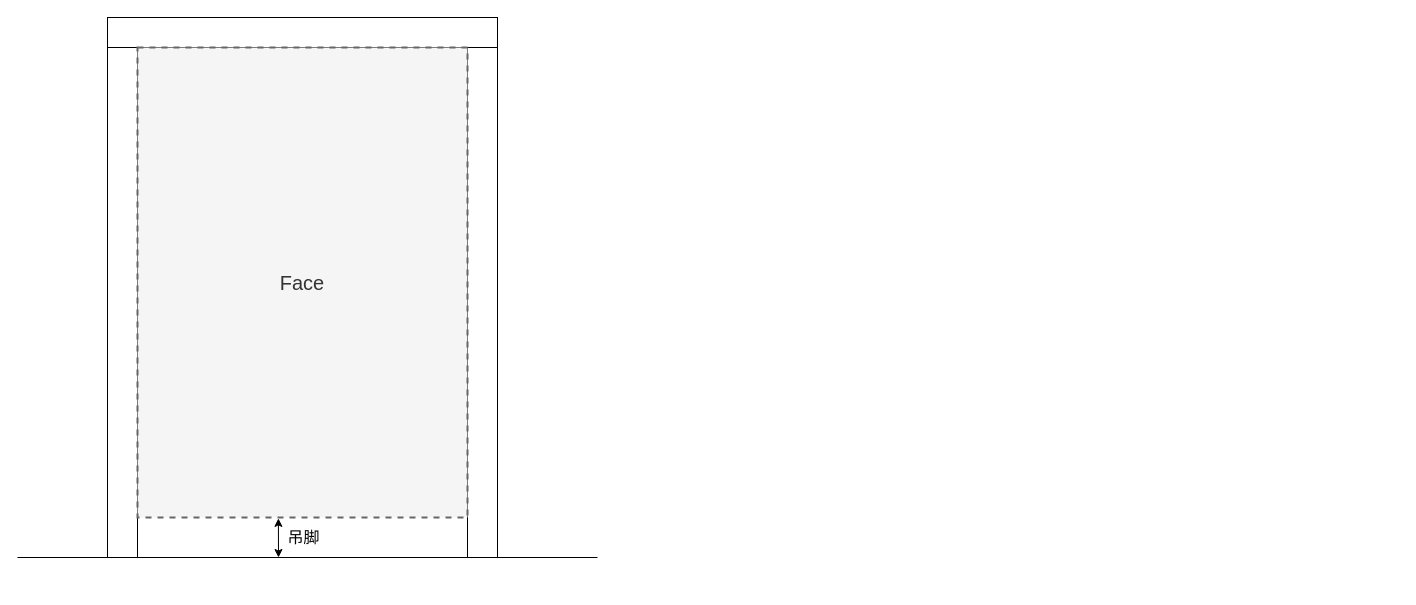
The draw.io diagram Untitled Diagram.drawio in xiaoqiangsdl/oxo-cli, before the edit. Source tidied: cells renumbered, new cells numbered last; positions are measured from the earlier drawing's top-left corner, leaving out a move shared by most shapes. Both pictures are drawn from the tidied source at 100%, with x=0, y=0 at pixel (17, 17).
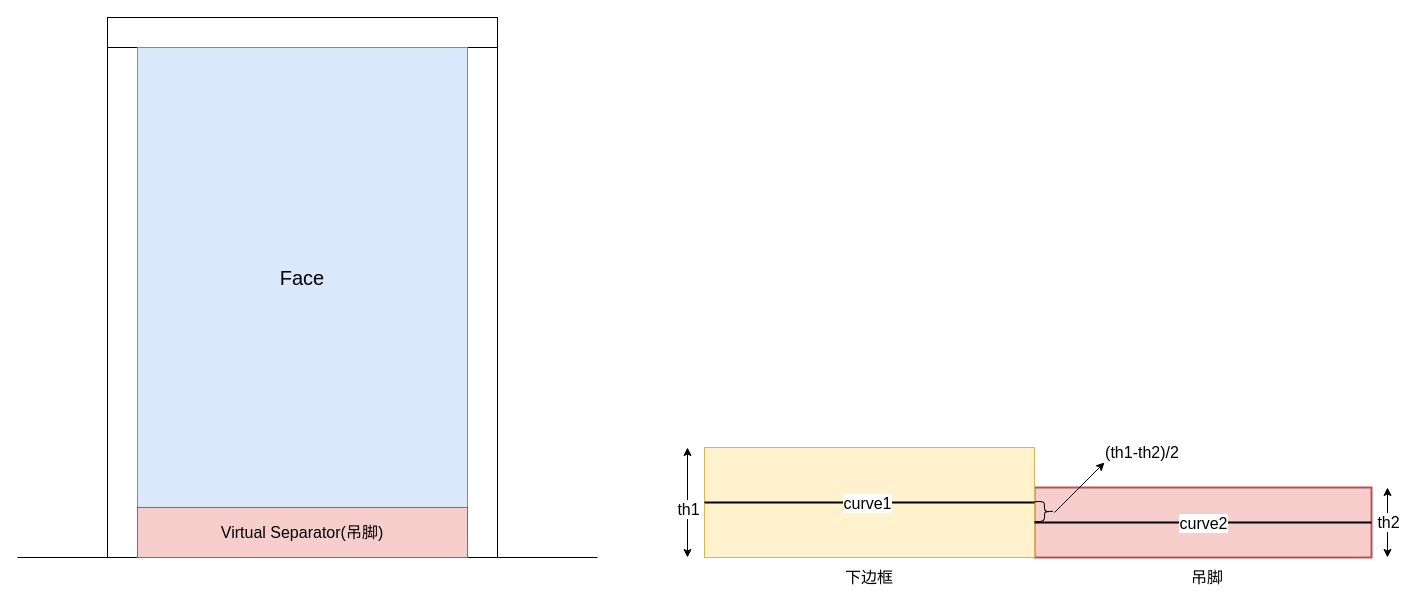
The same diagram, later.

What changed in the source:
```diff
@@
-    <mxCell id="6" value="&lt;font style=&quot;font-size: 20px&quot;&gt;Face&lt;/font&gt;" style="rounded=0;whiteSpace=wrap;html=1;fillColor=#f5f5f5;strokeColor=#666666;fontColor=#333333;dashed=1;strokeWidth=2;" parent="1" vertex="1">
-      <mxGeometry x="120" y="30" width="330" height="470" as="geometry" />
+    <mxCell id="6" value="&lt;font style=&quot;font-size: 20px&quot;&gt;Face&lt;/font&gt;" style="rounded=0;whiteSpace=wrap;html=1;fillColor=#dae8fc;strokeColor=#6c8ebf;strokeWidth=1;" parent="1" vertex="1">
+      <mxGeometry x="120" y="30" width="330" height="460" as="geometry" />
     </mxCell>
-    <mxCell id="7" style="endArrow=classic;startArrow=classic;html=1;entryX=0.527;entryY=1.002;entryDx=0;entryDy=0;entryPerimeter=0;" parent="1" edge="1">
-      <mxGeometry relative="1" as="geometry">
-        <mxPoint x="261" y="540" as="sourcePoint" />
-        <mxPoint x="260.9" y="500.9" as="targetPoint" />
-      </mxGeometry>
-    </mxCell>
+    <mxCell id="9" style="rounded=0;whiteSpace=wrap;html=1;strokeWidth=2;fontSize=16;fillColor=#f8cecc;strokeColor=#b85450;" parent="1" vertex="1">
+      <mxGeometry x="1017" y="470" width="337" height="70" as="geometry" />
+    </mxCell>
+    <mxCell id="10" style="rounded=0;whiteSpace=wrap;html=1;labelBackgroundColor=none;strokeWidth=1;fontSize=10;fillColor=#fff2cc;strokeColor=#d6b656;" parent="1" vertex="1">
+      <mxGeometry x="687" y="430" width="330" height="110" as="geometry" />
+    </mxCell>
+    <mxCell id="11" style="endArrow=none;html=1;fontSize=10;exitX=0;exitY=0.5;exitDx=0;exitDy=0;entryX=1;entryY=0.5;entryDx=0;entryDy=0;strokeWidth=2;" parent="1" edge="1" source="10" target="10">
+      <mxGeometry relative="1" as="geometry" />
+    </mxCell>
+    <mxCell id="12" value="curve1" style="edgeLabel;html=1;align=center;verticalAlign=middle;fontSize=16;" parent="11" vertex="1">
+      <mxGeometry x="0.62" y="-3" relative="1" as="geometry">
+        <mxPoint x="-105" y="-3" as="offset" />
+      </mxGeometry>
+    </mxCell>
+    <mxCell id="13" value="&lt;font style=&quot;font-size: 16px&quot;&gt;下边框&lt;/font&gt;" style="text;html=1;strokeColor=none;fillColor=none;align=center;verticalAlign=middle;whiteSpace=wrap;rounded=0;labelBackgroundColor=none;fontSize=10;" parent="1" vertex="1">
+      <mxGeometry x="798" y="550" width="108" height="20" as="geometry" />
+    </mxCell>
-    <mxCell id="8" value="吊脚" style="edgeLabel;html=1;align=center;verticalAlign=middle;fontSize=16;" parent="7" vertex="1">
-      <mxGeometry x="0.02" y="-2" relative="1" as="geometry">
-        <mxPoint x="22.1" as="offset" />
-      </mxGeometry>
+    <mxCell id="8" value="&lt;font style=&quot;font-size: 16px&quot;&gt;吊脚&lt;/font&gt;" style="text;html=1;strokeColor=none;fillColor=none;align=center;verticalAlign=middle;whiteSpace=wrap;rounded=0;labelBackgroundColor=none;fontSize=10;" parent="1" vertex="1">
+      <mxGeometry x="1170" y="550" width="40" height="20" as="geometry" />
     </mxCell>
+    <mxCell id="14" style="endArrow=none;html=1;fontSize=10;entryX=1;entryY=0.5;entryDx=0;entryDy=0;exitX=0;exitY=0.5;exitDx=0;exitDy=0;strokeWidth=2;" parent="1" edge="1" source="9" target="9">
+      <mxGeometry relative="1" as="geometry" />
+    </mxCell>
+    <mxCell id="15" value="curve2" style="edgeLabel;html=1;align=center;verticalAlign=middle;fontSize=16;" parent="14" vertex="1">
+      <mxGeometry x="-0.06" y="-3" relative="1" as="geometry">
+        <mxPoint x="10" y="-3" as="offset" />
+      </mxGeometry>
+    </mxCell>
+    <mxCell id="16" style="shape=curlyBracket;whiteSpace=wrap;html=1;rounded=1;labelBackgroundColor=none;strokeWidth=1;fontSize=16;rotation=-181;size=0.5;" parent="1" vertex="1">
+      <mxGeometry x="1017" y="484" width="20" height="20" as="geometry" />
+    </mxCell>
+    <mxCell id="17" style="endArrow=classic;startArrow=classic;html=1;fontSize=16;" parent="1" edge="1">
+      <mxGeometry relative="1" as="geometry">
+        <mxPoint x="670" y="540" as="sourcePoint" />
+        <mxPoint x="670" y="430" as="targetPoint" />
+      </mxGeometry>
+    </mxCell>
+    <mxCell id="18" value="th1" style="edgeLabel;html=1;align=center;verticalAlign=middle;fontSize=16;" parent="17" vertex="1">
+      <mxGeometry x="-0.11" relative="1" as="geometry" />
+    </mxCell>
+    <mxCell id="19" style="endArrow=classic;startArrow=classic;html=1;fontSize=16;" parent="1" edge="1">
+      <mxGeometry relative="1" as="geometry">
+        <mxPoint x="1370" y="540" as="sourcePoint" />
+        <mxPoint x="1370" y="470" as="targetPoint" />
+      </mxGeometry>
+    </mxCell>
+    <mxCell id="20" value="th2" style="edgeLabel;html=1;align=center;verticalAlign=middle;fontSize=16;" parent="19" vertex="1">
+      <mxGeometry x="0.03" relative="1" as="geometry" />
+    </mxCell>
+    <mxCell id="21" style="endArrow=classic;html=1;fontSize=16;" parent="1" edge="1">
+      <mxGeometry relative="1" as="geometry">
+        <mxPoint x="1037" y="495" as="sourcePoint" />
+        <mxPoint x="1087" y="445" as="targetPoint" />
+      </mxGeometry>
+    </mxCell>
+    <mxCell id="22" value="(th1-th2)/2" style="text;html=1;strokeColor=none;fillColor=none;align=center;verticalAlign=middle;whiteSpace=wrap;rounded=0;labelBackgroundColor=none;fontSize=16;" parent="1" vertex="1">
+      <mxGeometry x="1080" y="425" width="90" height="20" as="geometry" />
+    </mxCell>
+    <mxCell id="23" value="Virtual Separator(吊脚)" style="rounded=0;whiteSpace=wrap;html=1;labelBackgroundColor=none;strokeWidth=1;fontSize=16;fillColor=#f8cecc;strokeColor=#b85450;" parent="1" vertex="1">
+      <mxGeometry x="120" y="490" width="330" height="50" as="geometry" />
+    </mxCell>
```
